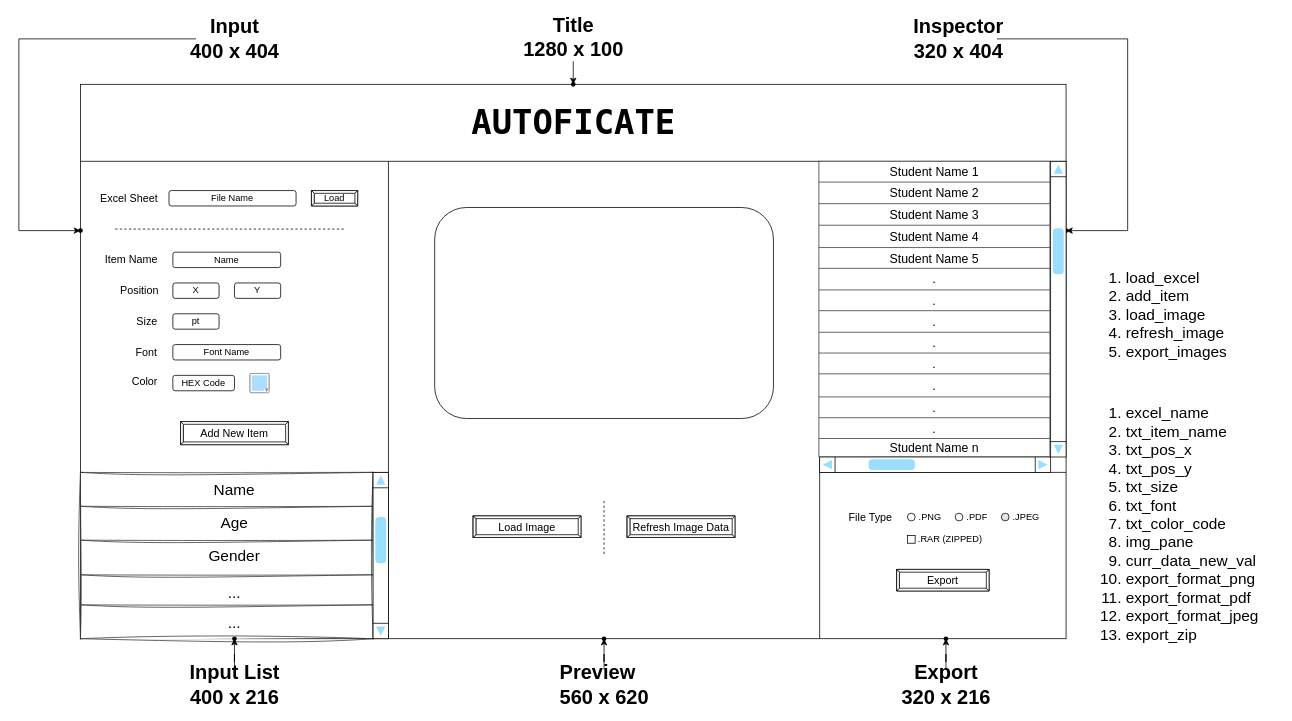
Above: page "Layout" (1 of 2) of Group/Autoficate/autoficate.drawio in DevSharma324/System-Designs (draw.io), before the change. Source tidied: cells renumbered, new cells numbered last; positions are measured from the earlier drawing's top-left corner, leaving out a move shared by most shapes. Both pictures are drawn from the tidied source at 77%, with x=0, y=0 at pixel (18, 23).
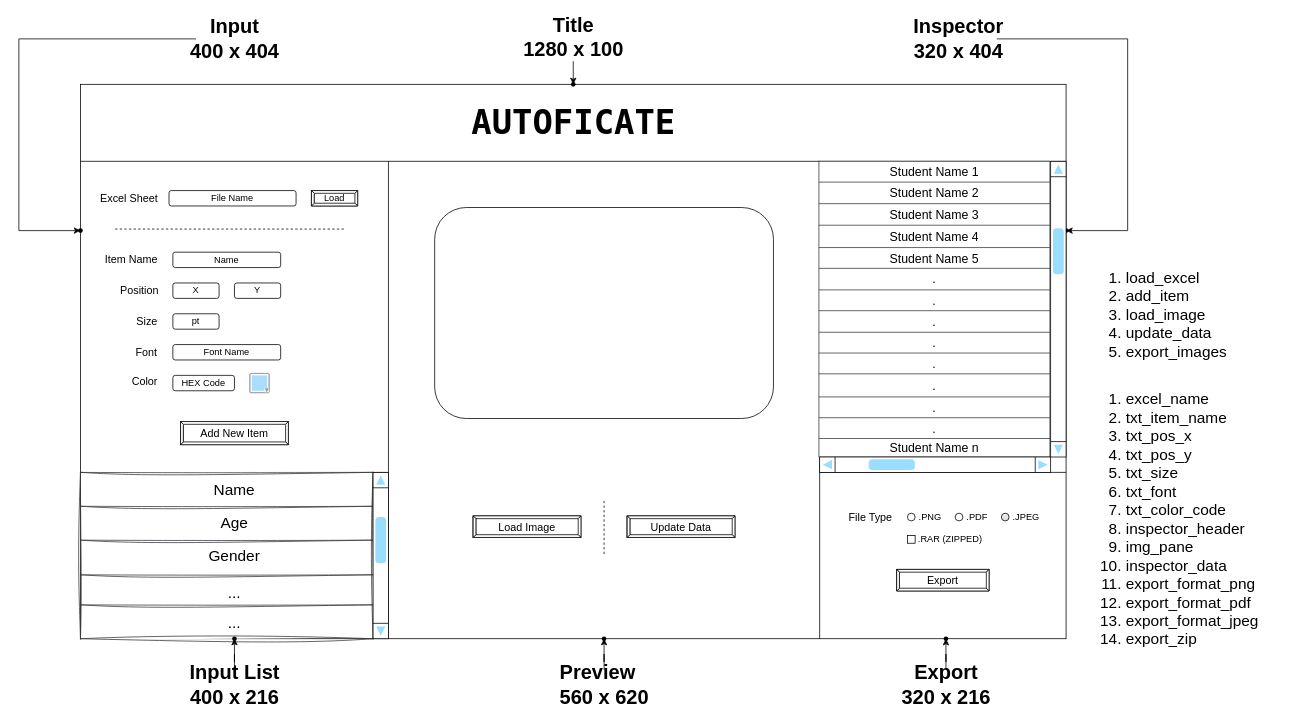
After the change.

Diff of the diagram source:
```diff
@@
-    <mxCell id="60" value="Refresh Image Data" style="labelPosition=center;verticalLabelPosition=middle;align=center;html=1;shape=mxgraph.basic.button;dx=3.57;whiteSpace=wrap;fontSize=14;" parent="1" vertex="1">
+    <mxCell id="60" value="Update Data" style="labelPosition=center;verticalLabelPosition=middle;align=center;html=1;shape=mxgraph.basic.button;dx=3.57;whiteSpace=wrap;fontSize=14;" parent="1" vertex="1">
       <mxGeometry x="790" y="639.5" width="140" height="28" as="geometry" />
     </mxCell>
@@
-    <mxCell id="62" value="&lt;ol style=&quot;&quot;&gt;&lt;li style=&quot;font-size: 20px;&quot;&gt;load_excel&lt;/li&gt;&lt;li style=&quot;font-size: 20px;&quot;&gt;add_item&lt;/li&gt;&lt;li style=&quot;font-size: 20px;&quot;&gt;load_image&lt;/li&gt;&lt;li style=&quot;&quot;&gt;refresh_image&lt;br&gt;&lt;/li&gt;&lt;li style=&quot;&quot;&gt;export_images&lt;br&gt;&lt;/li&gt;&lt;/ol&gt;" style="text;strokeColor=none;fillColor=none;html=1;whiteSpace=wrap;verticalAlign=top;overflow=hidden;fontSize=20;fontFamily=Helvetica;fontColor=default;" parent="1" vertex="1">
+    <mxCell id="62" value="&lt;ol style=&quot;&quot;&gt;&lt;li style=&quot;font-size: 20px;&quot;&gt;load_excel&lt;/li&gt;&lt;li style=&quot;font-size: 20px;&quot;&gt;add_item&lt;/li&gt;&lt;li style=&quot;font-size: 20px;&quot;&gt;load_image&lt;/li&gt;&lt;li style=&quot;&quot;&gt;update_data&lt;br&gt;&lt;/li&gt;&lt;li style=&quot;&quot;&gt;export_images&lt;br&gt;&lt;/li&gt;&lt;/ol&gt;" style="text;strokeColor=none;fillColor=none;html=1;whiteSpace=wrap;verticalAlign=top;overflow=hidden;fontSize=20;fontFamily=Helvetica;fontColor=default;" parent="1" vertex="1">
       <mxGeometry x="1396" y="291" width="240" height="160" as="geometry" />
     </mxCell>
@@
-    <mxCell id="104" value="&lt;ol&gt;&lt;li&gt;excel_name&lt;/li&gt;&lt;li&gt;txt_item_name&lt;br&gt;&lt;/li&gt;&lt;li&gt;txt_pos_x&lt;/li&gt;&lt;li&gt;txt_pos_y&lt;/li&gt;&lt;li&gt;txt_size&lt;/li&gt;&lt;li&gt;txt_font&lt;/li&gt;&lt;li&gt;txt_color_code&lt;/li&gt;&lt;li&gt;img_pane&lt;/li&gt;&lt;li&gt;curr_data_new_val&lt;br&gt;&lt;/li&gt;&lt;li&gt;export_format_png&lt;br&gt;&lt;/li&gt;&lt;li&gt;export_format_pdf&lt;br&gt;&lt;/li&gt;&lt;li&gt;export_format_jpeg&lt;br&gt;&lt;/li&gt;&lt;li&gt;export_zip&lt;/li&gt;&lt;/ol&gt;" style="text;strokeColor=none;fillColor=none;html=1;whiteSpace=wrap;verticalAlign=top;overflow=hidden;fontSize=20;fontFamily=Helvetica;fontColor=default;" parent="1" vertex="1">
-      <mxGeometry x="1396" y="467" width="240" height="350" as="geometry" />
+    <mxCell id="104" value="&lt;ol&gt;&lt;li&gt;excel_name&lt;/li&gt;&lt;li&gt;txt_item_name&lt;br&gt;&lt;/li&gt;&lt;li&gt;txt_pos_x&lt;/li&gt;&lt;li&gt;txt_pos_y&lt;/li&gt;&lt;li&gt;txt_size&lt;/li&gt;&lt;li&gt;txt_font&lt;/li&gt;&lt;li&gt;txt_color_code&lt;/li&gt;&lt;li&gt;inspector_header&lt;/li&gt;&lt;li&gt;img_pane&lt;/li&gt;&lt;li&gt;inspector_data&lt;br&gt;&lt;/li&gt;&lt;li&gt;export_format_png&lt;br&gt;&lt;/li&gt;&lt;li&gt;export_format_pdf&lt;br&gt;&lt;/li&gt;&lt;li&gt;export_format_jpeg&lt;br&gt;&lt;/li&gt;&lt;li&gt;export_zip&lt;/li&gt;&lt;/ol&gt;" style="text;strokeColor=none;fillColor=none;html=1;whiteSpace=wrap;verticalAlign=top;overflow=hidden;fontSize=20;fontFamily=Helvetica;fontColor=default;" parent="1" vertex="1">
+      <mxGeometry x="1396" y="449" width="240" height="368" as="geometry" />
     </mxCell>
```
